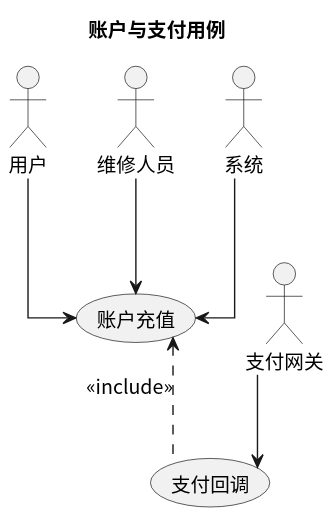
The PlantUML diagram usecase/docs/backend/img/account_payment.svg in greenhandzdl/charging-station-doc, before a commit.
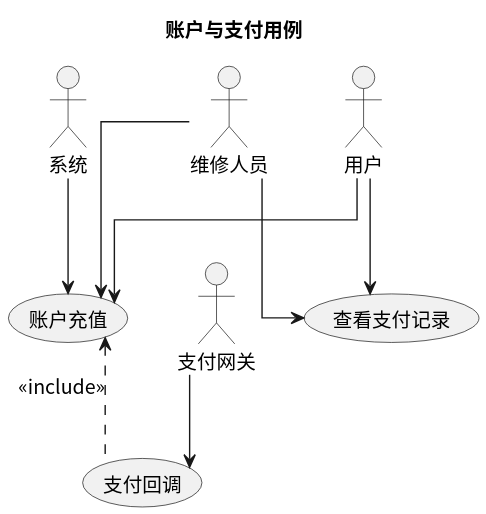
The same diagram one commit later.

Diff of the diagram source:
```diff
@@ -11,11 +11,14 @@
 
 (账户充值)
 (支付回调)
+(查看支付记录)
 
 U --> 账户充值
 M --> 账户充值
 P --> 支付回调
 S --> 账户充值
+U --> 查看支付记录
+M --> 查看支付记录
 
 账户充值 <.down. 支付回调 : <<include>>
 @enduml
```
